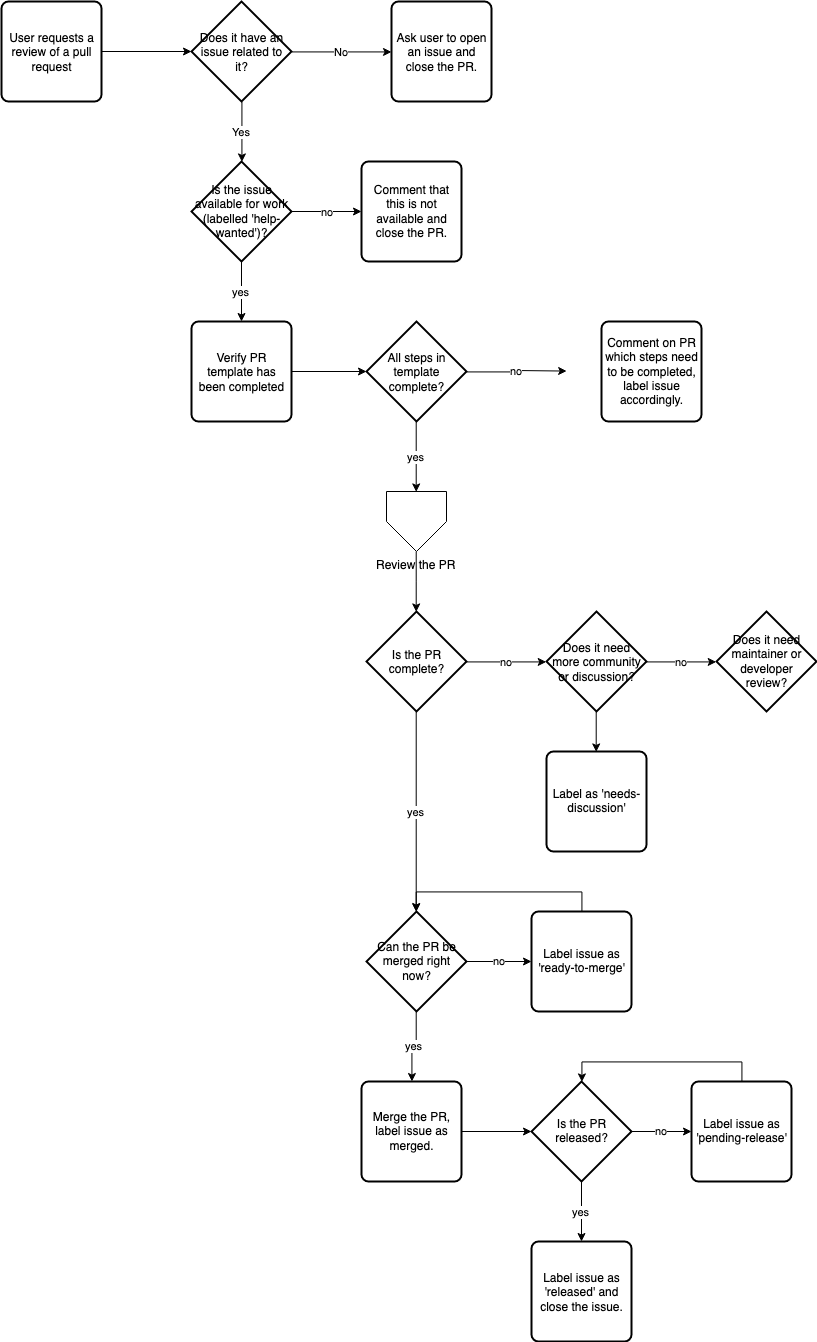
This is proposals/contrib-guide-high-level.png from kdaily/aws-cli, a draw.io export, as it was before one commit. Source tidied: cells renumbered, new cells last; positions are measured from the earlier drawing's top-left corner, leaving out a move shared by most shapes.
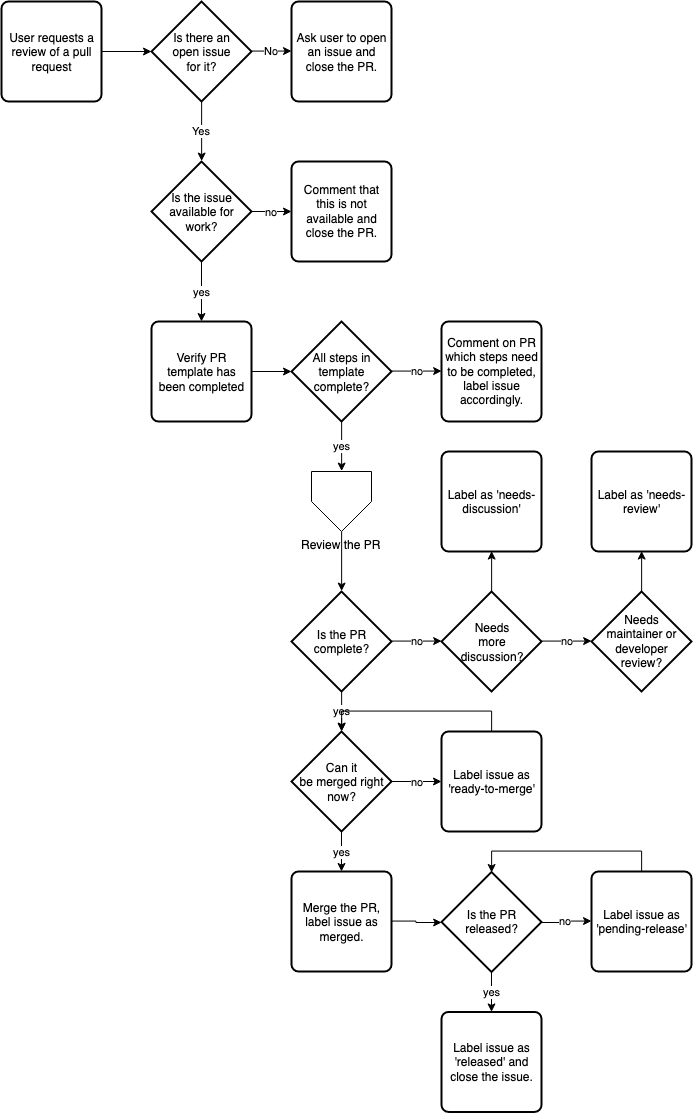
Later version of the same file.

What changed in the source:
```diff
@@ -14,17 +14,17 @@
     <mxCell id="5" value="Yes" style="edgeStyle=orthogonalEdgeStyle;rounded=0;jettySize=auto;html=1;entryX=0.5;entryY=0;entryDx=0;entryDy=0;entryPerimeter=0;exitX=0.5;exitY=1;exitDx=0;exitDy=0;exitPerimeter=0;" parent="1" edge="1" source="6" target="12">
       <mxGeometry relative="1" as="geometry" />
     </mxCell>
-    <mxCell id="6" value="Does it have an issue related to it?" style="strokeWidth=2;html=1;shape=mxgraph.flowchart.decision;whiteSpace=wrap;" parent="1" vertex="1">
-      <mxGeometry x="190" width="100" height="100" as="geometry" />
+    <mxCell id="6" value="&lt;div&gt;Is there an&lt;/div&gt;&lt;div&gt;open issue&lt;/div&gt;&lt;div&gt;for it?&lt;/div&gt;" style="strokeWidth=2;html=1;shape=mxgraph.flowchart.decision;whiteSpace=wrap;" parent="1" vertex="1">
+      <mxGeometry x="150" width="100" height="100" as="geometry" />
     </mxCell>
     <mxCell id="7" value="Ask user to open an issue and close the PR. " style="rounded=1;whiteSpace=wrap;html=1;absoluteArcSize=1;arcSize=14;strokeWidth=2;" parent="1" vertex="1">
-      <mxGeometry x="390" width="100" height="100" as="geometry" />
+      <mxGeometry x="290" width="100" height="100" as="geometry" />
     </mxCell>
     <mxCell id="8" style="edgeStyle=orthogonalEdgeStyle;rounded=0;jettySize=auto;html=1;" parent="1" edge="1" source="9" target="16">
       <mxGeometry relative="1" as="geometry" />
     </mxCell>
     <mxCell id="9" value="Verify PR template has been completed" style="rounded=1;whiteSpace=wrap;html=1;absoluteArcSize=1;arcSize=14;strokeWidth=2;" parent="1" vertex="1">
-      <mxGeometry x="190" y="320" width="100" height="100" as="geometry" />
+      <mxGeometry x="150" y="320" width="100" height="100" as="geometry" />
     </mxCell>
     <mxCell id="10" value="no" style="edgeStyle=orthogonalEdgeStyle;rounded=0;jettySize=auto;html=1;" parent="1" edge="1" source="12" target="13">
       <mxGeometry relative="1" as="geometry" />
@@ -32,25 +32,23 @@
     <mxCell id="11" value="yes" style="edgeStyle=orthogonalEdgeStyle;rounded=0;jettySize=auto;html=1;" parent="1" edge="1" source="12" target="9">
       <mxGeometry relative="1" as="geometry" />
     </mxCell>
-    <mxCell id="12" value="Is the issue available for work (labelled 'help-wanted')?" style="strokeWidth=2;html=1;shape=mxgraph.flowchart.decision;whiteSpace=wrap;" parent="1" vertex="1">
-      <mxGeometry x="190" y="160" width="100" height="100" as="geometry" />
+    <mxCell id="12" value="Is the issue available for work?" style="strokeWidth=2;html=1;shape=mxgraph.flowchart.decision;whiteSpace=wrap;" parent="1" vertex="1">
+      <mxGeometry x="150" y="160" width="100" height="100" as="geometry" />
     </mxCell>
     <mxCell id="13" value="Comment that this is not available and close the PR." style="rounded=1;whiteSpace=wrap;html=1;absoluteArcSize=1;arcSize=14;strokeWidth=2;" parent="1" vertex="1">
-      <mxGeometry x="360" y="160" width="100" height="100" as="geometry" />
+      <mxGeometry x="290" y="160" width="100" height="100" as="geometry" />
     </mxCell>
     <mxCell id="14" value="yes" style="edgeStyle=orthogonalEdgeStyle;rounded=0;jettySize=auto;html=1;entryX=0.5;entryY=0;entryDx=0;entryDy=0;" parent="1" edge="1" source="16" target="29">
       <mxGeometry relative="1" as="geometry" />
     </mxCell>
-    <mxCell id="15" value="no" style="edgeStyle=orthogonalEdgeStyle;rounded=0;jettySize=auto;html=1;entryX=0;entryY=0.5;entryDx=0;entryDy=0;" parent="1" edge="1" source="16">
-      <mxGeometry relative="1" as="geometry">
-        <mxPoint x="565.1" y="369.6" as="targetPoint" />
-      </mxGeometry>
+    <mxCell id="15" value="no" style="edgeStyle=orthogonalEdgeStyle;rounded=0;jettySize=auto;html=1;entryX=0;entryY=0.5;entryDx=0;entryDy=0;" parent="1" edge="1" source="16" target="17">
+      <mxGeometry relative="1" as="geometry" />
     </mxCell>
     <mxCell id="16" value="All steps in template complete?" style="strokeWidth=2;html=1;shape=mxgraph.flowchart.decision;whiteSpace=wrap;" parent="1" vertex="1">
-      <mxGeometry x="365" y="320" width="100" height="100" as="geometry" />
+      <mxGeometry x="290" y="320" width="100" height="100" as="geometry" />
     </mxCell>
     <mxCell id="17" value="Comment on PR which steps need to be completed, label issue accordingly." style="rounded=1;whiteSpace=wrap;html=1;absoluteArcSize=1;arcSize=14;strokeWidth=2;" parent="1" vertex="1">
-      <mxGeometry x="600" y="320" width="100" height="100" as="geometry" />
+      <mxGeometry x="440" y="320" width="100" height="100" as="geometry" />
     </mxCell>
     <mxCell id="18" value="yes" style="edgeStyle=orthogonalEdgeStyle;rounded=0;jettySize=auto;html=1;exitX=0.5;exitY=1;exitDx=0;exitDy=0;exitPerimeter=0;" parent="1" edge="1" source="20" target="25">
       <mxGeometry relative="1" as="geometry" />
@@ -59,13 +57,13 @@
       <mxGeometry relative="1" as="geometry" />
     </mxCell>
     <mxCell id="20" value="Is the PR complete?" style="strokeWidth=2;html=1;shape=mxgraph.flowchart.decision;whiteSpace=wrap;" parent="1" vertex="1">
-      <mxGeometry x="365" y="610" width="100" height="100" as="geometry" />
+      <mxGeometry x="290" y="590" width="100" height="100" as="geometry" />
     </mxCell>
     <mxCell id="21" style="edgeStyle=orthogonalEdgeStyle;rounded=0;jettySize=auto;html=1;exitX=0.5;exitY=0;exitDx=0;exitDy=0;entryX=0.5;entryY=0;entryDx=0;entryDy=0;entryPerimeter=0;" parent="1" edge="1" source="22" target="25">
       <mxGeometry relative="1" as="geometry" />
     </mxCell>
     <mxCell id="22" value="Label issue as 'ready-to-merge'" style="rounded=1;whiteSpace=wrap;html=1;absoluteArcSize=1;arcSize=14;strokeWidth=2;" parent="1" vertex="1">
-      <mxGeometry x="530" y="910" width="100" height="100" as="geometry" />
+      <mxGeometry x="440" y="730" width="100" height="100" as="geometry" />
     </mxCell>
     <mxCell id="23" value="yes" style="edgeStyle=orthogonalEdgeStyle;rounded=0;jettySize=auto;html=1;" parent="1" edge="1" source="25" target="27">
       <mxGeometry relative="1" as="geometry" />
@@ -73,20 +71,20 @@
     <mxCell id="24" value="no" style="edgeStyle=orthogonalEdgeStyle;rounded=0;jettySize=auto;html=1;" parent="1" edge="1" source="25" target="22">
       <mxGeometry relative="1" as="geometry" />
     </mxCell>
-    <mxCell id="25" value="Can the PR be merged right now?" style="strokeWidth=2;html=1;shape=mxgraph.flowchart.decision;whiteSpace=wrap;" parent="1" vertex="1">
-      <mxGeometry x="365" y="910" width="100" height="100" as="geometry" />
+    <mxCell id="25" value="&lt;div&gt;Can it&lt;/div&gt;&lt;div&gt; be merged right now?&lt;/div&gt;" style="strokeWidth=2;html=1;shape=mxgraph.flowchart.decision;whiteSpace=wrap;" parent="1" vertex="1">
+      <mxGeometry x="290" y="730" width="100" height="100" as="geometry" />
     </mxCell>
-    <mxCell id="26" style="edgeStyle=orthogonalEdgeStyle;rounded=0;jettySize=auto;html=1;" parent="1" edge="1" source="27" target="32">
+    <mxCell id="26" style="edgeStyle=orthogonalEdgeStyle;rounded=0;jettySize=auto;html=1;exitX=1;exitY=0.5;exitDx=0;exitDy=0;entryX=0;entryY=0.5;entryDx=0;entryDy=0;entryPerimeter=0;" parent="1" edge="1" source="27" target="32">
       <mxGeometry relative="1" as="geometry" />
     </mxCell>
     <mxCell id="27" value="Merge the PR, label issue as merged." style="rounded=1;whiteSpace=wrap;html=1;absoluteArcSize=1;arcSize=14;strokeWidth=2;" parent="1" vertex="1">
-      <mxGeometry x="360" y="1080" width="100" height="100" as="geometry" />
+      <mxGeometry x="290" y="870" width="100" height="100" as="geometry" />
     </mxCell>
     <mxCell id="28" style="edgeStyle=orthogonalEdgeStyle;rounded=0;jettySize=auto;html=1;entryX=0.5;entryY=0;entryDx=0;entryDy=0;entryPerimeter=0;" parent="1" edge="1" source="29" target="20">
       <mxGeometry relative="1" as="geometry" />
     </mxCell>
     <mxCell id="29" value="Review the PR" style="verticalLabelPosition=bottom;verticalAlign=top;html=1;shape=offPageConnector;rounded=0;size=0.5;" parent="1" vertex="1">
-      <mxGeometry x="385" y="490" width="60" height="60" as="geometry" />
+      <mxGeometry x="310" y="470" width="60" height="60" as="geometry" />
     </mxCell>
     <mxCell id="30" value="yes" style="edgeStyle=orthogonalEdgeStyle;rounded=0;jettySize=auto;html=1;" parent="1" edge="1" source="32" target="33">
       <mxGeometry relative="1" as="geometry" />
@@ -95,31 +93,37 @@
       <mxGeometry relative="1" as="geometry" />
     </mxCell>
     <mxCell id="32" value="Is the PR released?" style="strokeWidth=2;html=1;shape=mxgraph.flowchart.decision;whiteSpace=wrap;" parent="1" vertex="1">
-      <mxGeometry x="530" y="1080" width="100" height="100" as="geometry" />
+      <mxGeometry x="440" y="870.4" width="100" height="100" as="geometry" />
     </mxCell>
     <mxCell id="33" value="Label issue as 'released' and close the issue." style="rounded=1;whiteSpace=wrap;html=1;absoluteArcSize=1;arcSize=14;strokeWidth=2;" parent="1" vertex="1">
-      <mxGeometry x="530" y="1240" width="100" height="100" as="geometry" />
+      <mxGeometry x="440" y="1010.4" width="100" height="100" as="geometry" />
     </mxCell>
     <mxCell id="34" style="edgeStyle=orthogonalEdgeStyle;rounded=0;jettySize=auto;html=1;exitX=0.5;exitY=0;exitDx=0;exitDy=0;entryX=0.5;entryY=0;entryDx=0;entryDy=0;entryPerimeter=0;" parent="1" edge="1" source="35" target="32">
       <mxGeometry relative="1" as="geometry" />
     </mxCell>
     <mxCell id="35" value="Label issue as 'pending-release'" style="rounded=1;whiteSpace=wrap;html=1;absoluteArcSize=1;arcSize=14;strokeWidth=2;" parent="1" vertex="1">
-      <mxGeometry x="690" y="1080" width="100" height="100" as="geometry" />
+      <mxGeometry x="590" y="870" width="100" height="100" as="geometry" />
     </mxCell>
     <mxCell id="36" value="no" style="edgeStyle=orthogonalEdgeStyle;rounded=0;jettySize=auto;html=1;exitX=1;exitY=0.5;exitDx=0;exitDy=0;exitPerimeter=0;entryX=0;entryY=0.5;entryDx=0;entryDy=0;entryPerimeter=0;" parent="1" edge="1" source="37" target="38">
       <mxGeometry relative="1" as="geometry" />
     </mxCell>
+    <mxCell id="40" style="edgeStyle=orthogonalEdgeStyle;rounded=0;jettySize=auto;html=1;exitX=0.5;exitY=0;exitDx=0;exitDy=0;exitPerimeter=0;entryX=0.5;entryY=1;entryDx=0;entryDy=0;" parent="1" edge="1" source="37" target="39">
+      <mxGeometry relative="1" as="geometry" />
+    </mxCell>
-    <mxCell id="37" value="Does it need more community or discussion?" style="strokeWidth=2;html=1;shape=mxgraph.flowchart.decision;whiteSpace=wrap;" parent="1" vertex="1">
-      <mxGeometry x="545" y="610" width="100" height="100" as="geometry" />
+    <mxCell id="37" value="&lt;div&gt;Needs&lt;/div&gt;&lt;div&gt;more&lt;br&gt;&lt;/div&gt;&lt;div&gt;discussion?&lt;/div&gt;" style="strokeWidth=2;html=1;shape=mxgraph.flowchart.decision;whiteSpace=wrap;" parent="1" vertex="1">
+      <mxGeometry x="440" y="590" width="100" height="100" as="geometry" />
     </mxCell>
+    <mxCell id="41" style="edgeStyle=orthogonalEdgeStyle;rounded=0;jettySize=auto;html=1;exitX=0.5;exitY=0;exitDx=0;exitDy=0;exitPerimeter=0;entryX=0.5;entryY=1;entryDx=0;entryDy=0;" parent="1" edge="1" source="38" target="42">
+      <mxGeometry relative="1" as="geometry" />
+    </mxCell>
-    <mxCell id="38" value="Does it need maintainer or developer review?" style="strokeWidth=2;html=1;shape=mxgraph.flowchart.decision;whiteSpace=wrap;" parent="1" vertex="1">
-      <mxGeometry x="715" y="610" width="100" height="100" as="geometry" />
+    <mxCell id="38" value="&lt;div&gt;Needs&lt;/div&gt;&lt;div&gt;maintainer or developer review?&lt;/div&gt;" style="strokeWidth=2;html=1;shape=mxgraph.flowchart.decision;whiteSpace=wrap;" parent="1" vertex="1">
+      <mxGeometry x="590" y="590" width="100" height="100" as="geometry" />
     </mxCell>
     <mxCell id="39" value="Label as 'needs-discussion'" style="rounded=1;whiteSpace=wrap;html=1;absoluteArcSize=1;arcSize=14;strokeWidth=2;" parent="1" vertex="1">
-      <mxGeometry x="545" y="750" width="100" height="100" as="geometry" />
+      <mxGeometry x="440" y="450" width="100" height="100" as="geometry" />
     </mxCell>
-    <mxCell id="40" style="edgeStyle=orthogonalEdgeStyle;rounded=0;jettySize=auto;html=1;exitX=0.5;exitY=1;exitDx=0;exitDy=0;exitPerimeter=0;entryX=0.5;entryY=0;entryDx=0;entryDy=0;" parent="1" edge="1" source="37" target="39">
-      <mxGeometry relative="1" as="geometry" />
-    </mxCell>
+    <mxCell id="42" value="Label as 'needs-review'" style="rounded=1;whiteSpace=wrap;html=1;absoluteArcSize=1;arcSize=14;strokeWidth=2;" parent="1" vertex="1">
+      <mxGeometry x="590" y="450" width="100" height="100" as="geometry" />
+    </mxCell>
   </root>
 </mxGraphModel>
```
